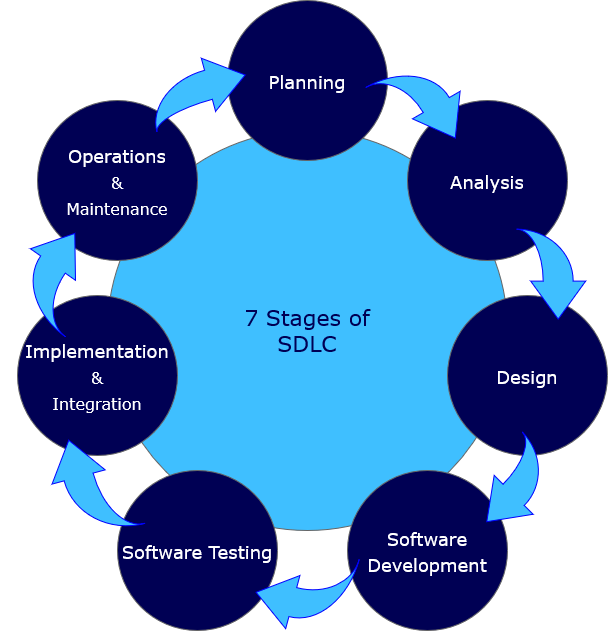
Earlier version of the draw.io export 7StagesSDLCDiagram.png (Lino-DC/SDLC). Source tidied: cells renumbered, new cells last; positions are measured from the earlier drawing's top-left corner, leaving out a move shared by most shapes.
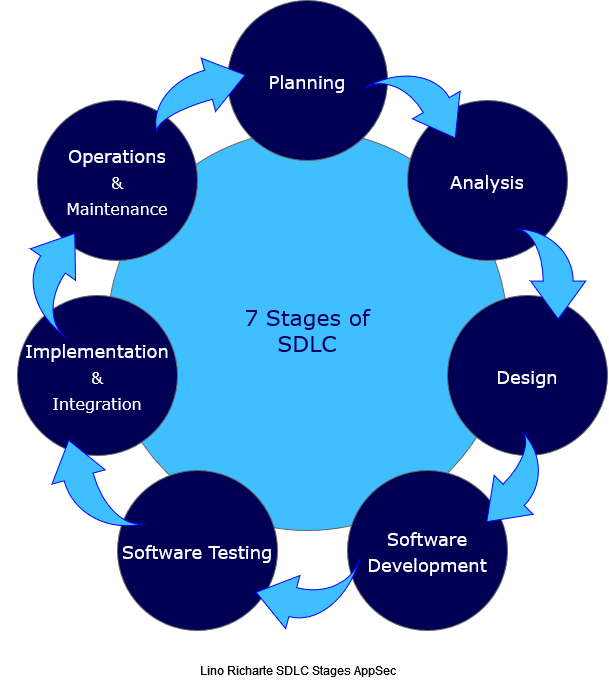
After the change.

The edit, as a diff of the source:
```diff
@@ -47,5 +47,8 @@
     <mxCell id="16" style="html=1;shadow=0;dashed=0;align=center;verticalAlign=middle;shape=mxgraph.arrows2.jumpInArrow;dy=15;dx=38;arrowHead=55;labelBackgroundColor=#3399FF;fontSize=18;fontColor=#000054;strokeColor=#0000FF;fillColor=#3FBFFF;rotation=-15;" parent="1" vertex="1">
       <mxGeometry x="133" y="59.8" width="100" height="60" as="geometry" />
     </mxCell>
+    <mxCell id="17" value="Lino Richarte SDLC Stages AppSec" style="text;html=1;align=center;verticalAlign=middle;strokeColor=none;fillColor=none;" parent="1" vertex="1">
+      <mxGeometry x="178" y="660" width="210" height="20" as="geometry" />
+    </mxCell>
   </root>
 </mxGraphModel>
```
